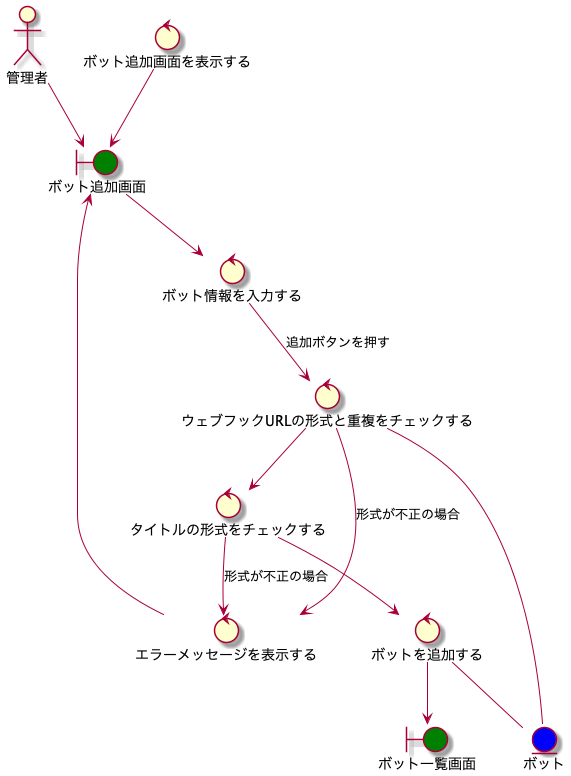
The PlantUML diagram diagram/analysis/robustness-bot-create.png in takemo101/dc-scheduler, before a commit. Source of this version:
```plantuml
@startuml robustness-bot-create

actor 管理者
boundary ボット追加画面 #green
boundary ボット一覧画面 #green
control ボット追加画面を表示する
control ボット情報を入力する
control ウェブフックURLの形式と重複をチェックする
control タイトルの形式をチェックする
control エラーメッセージを表示する
control ボットを追加する
entity ボット #blue

管理者 --> ボット追加画面
ボット追加画面を表示する --> ボット追加画面
ボット追加画面 --> ボット情報を入力する
ボット情報を入力する --> ウェブフックURLの形式と重複をチェックする :追加ボタンを押す
ウェブフックURLの形式と重複をチェックする --> エラーメッセージを表示する :形式が不正の場合
ウェブフックURLの形式と重複をチェックする --> タイトルの形式をチェックする
ウェブフックURLの形式と重複をチェックする -- ボット
タイトルの形式をチェックする --> エラーメッセージを表示する :形式が不正の場合
タイトルの形式をチェックする --> ボットを追加する
ボットを追加する -- ボット
エラーメッセージを表示する --> ボット追加画面
ボットを追加する --> ボット一覧画面

@enduml
```
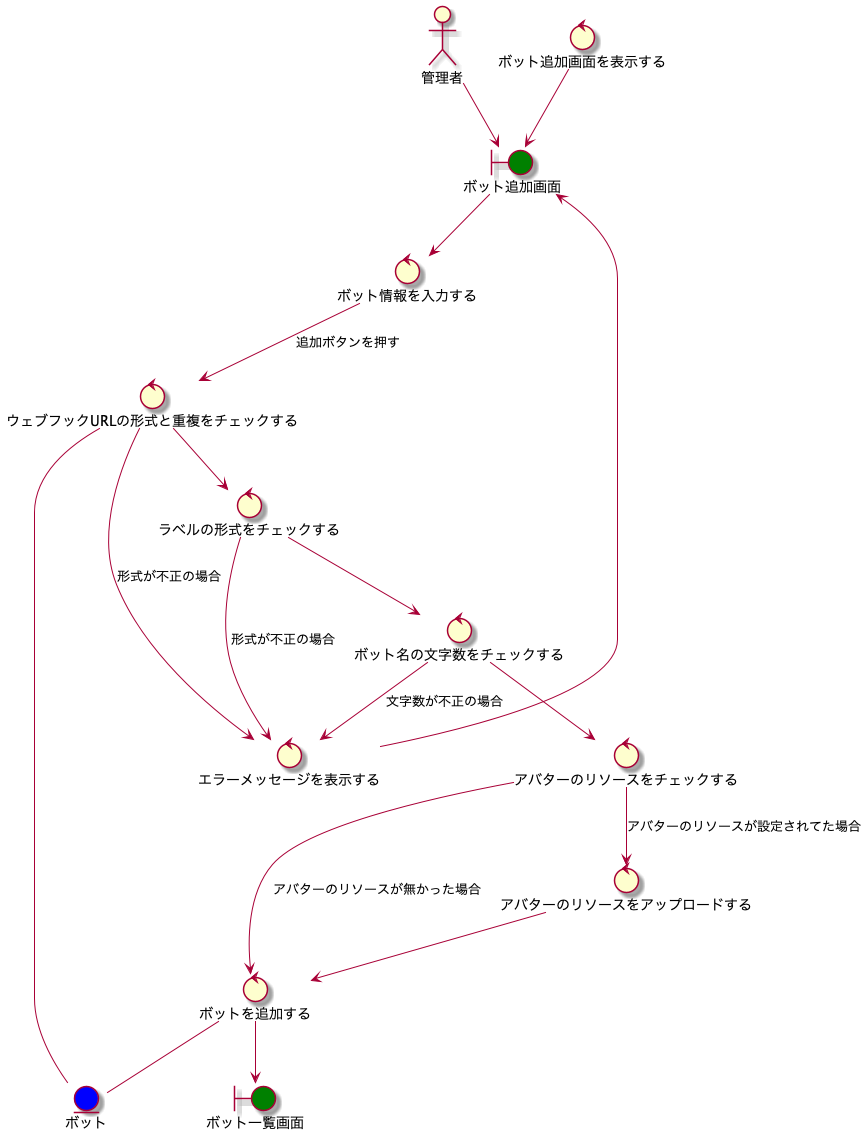
Above is the later version.

The edit, as a diff of the source:
```diff
@@ -6,8 +6,11 @@
 control ボット追加画面を表示する
 control ボット情報を入力する
 control ウェブフックURLの形式と重複をチェックする
-control タイトルの形式をチェックする
+control ラベルの形式をチェックする
+control ボット名の文字数をチェックする
+control アバターのリソースをチェックする
 control エラーメッセージを表示する
+control アバターのリソースをアップロードする
 control ボットを追加する
 entity ボット #blue
 
@@ -16,10 +19,15 @@
 ボット追加画面 --> ボット情報を入力する
 ボット情報を入力する --> ウェブフックURLの形式と重複をチェックする :追加ボタンを押す
 ウェブフックURLの形式と重複をチェックする --> エラーメッセージを表示する :形式が不正の場合
-ウェブフックURLの形式と重複をチェックする --> タイトルの形式をチェックする
+ウェブフックURLの形式と重複をチェックする --> ラベルの形式をチェックする
 ウェブフックURLの形式と重複をチェックする -- ボット
-タイトルの形式をチェックする --> エラーメッセージを表示する :形式が不正の場合
-タイトルの形式をチェックする --> ボットを追加する
+ラベルの形式をチェックする --> エラーメッセージを表示する :形式が不正の場合
+ラベルの形式をチェックする --> ボット名の文字数をチェックする
+ボット名の文字数をチェックする --> エラーメッセージを表示する :文字数が不正の場合
+ボット名の文字数をチェックする --> アバターのリソースをチェックする
+アバターのリソースをチェックする --> アバターのリソースをアップロードする :アバターのリソースが設定されてた場合
+アバターのリソースをチェックする --> ボットを追加する :アバターのリソースが無かった場合
+アバターのリソースをアップロードする --> ボットを追加する
 ボットを追加する -- ボット
 エラーメッセージを表示する --> ボット追加画面
 ボットを追加する --> ボット一覧画面
```
